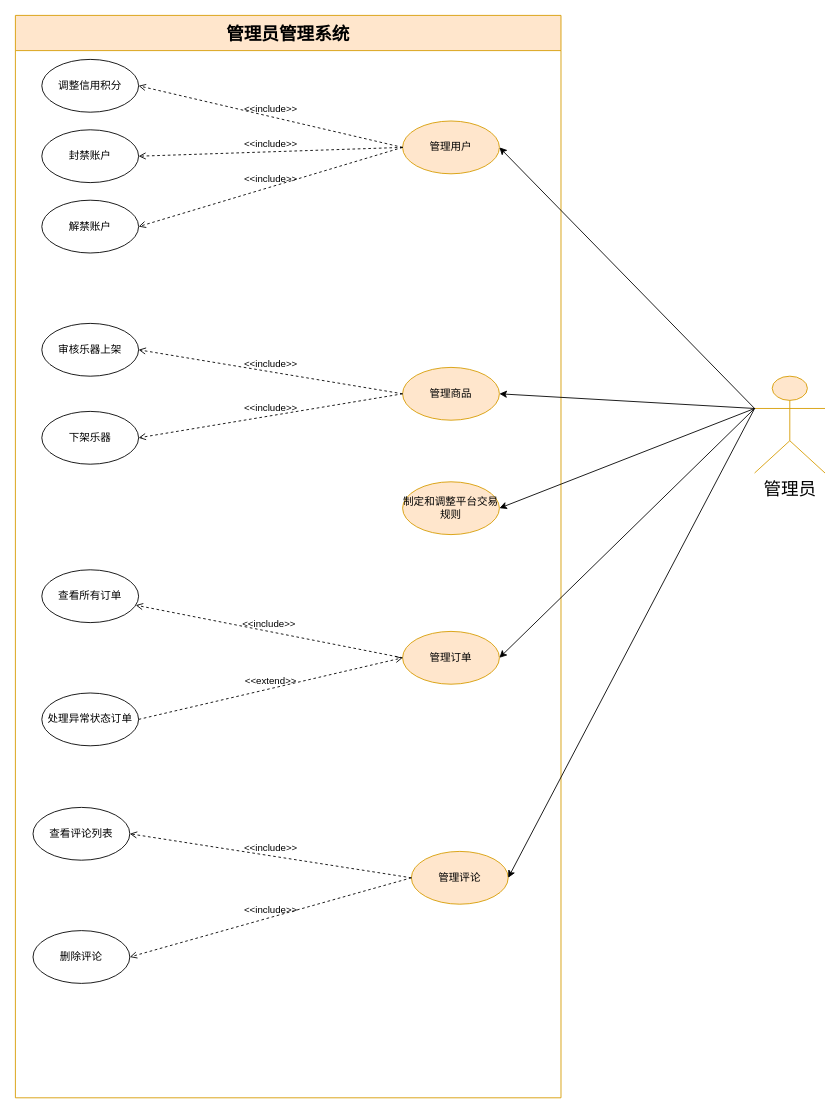
Earlier version of the draw.io diagram 文档/需求分析规约文档/用例图/管理员系统.drawio (w1ntercube/TJ-SE-Design). Source tidied: cells renumbered, new cells numbered last; positions are measured from the earlier drawing's top-left corner, leaving out a move shared by most shapes. Both pictures are drawn from the tidied source at 88%, with x=0, y=0 at pixel (15, 15).
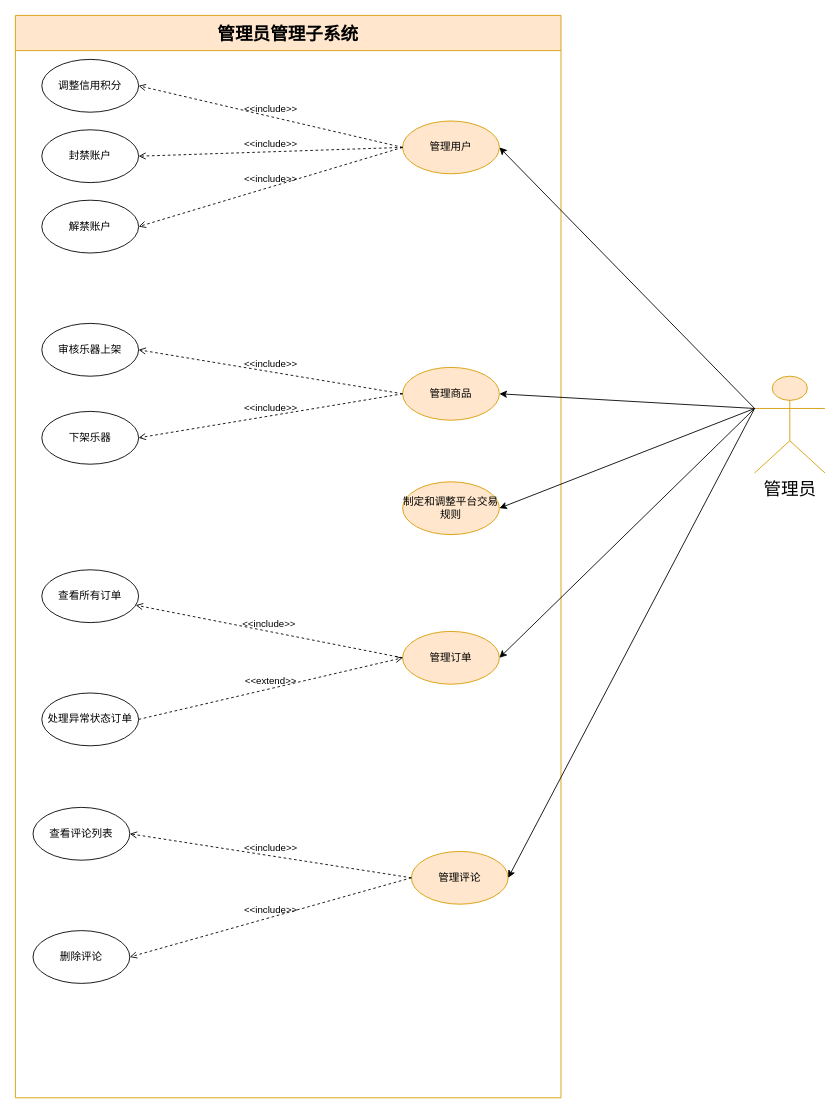
After the change.

The edit, as a diff of the source:
```diff
@@
-    <mxCell id="2" value="&lt;span style=&quot;font-size: 20px;&quot;&gt;管理员管理系统&lt;/span&gt;" style="swimlane;whiteSpace=wrap;html=1;startSize=40;fillColor=#ffe6cc;strokeColor=#d79b00;" parent="1" vertex="1">
+    <mxCell id="2" value="&lt;span style=&quot;font-size: 20px;&quot;&gt;管理员管理子系统&lt;/span&gt;" style="swimlane;whiteSpace=wrap;html=1;startSize=40;fillColor=#ffe6cc;strokeColor=#d79b00;" parent="1" vertex="1">
       <mxGeometry width="620" height="1230" as="geometry" />
     </mxCell>
```
